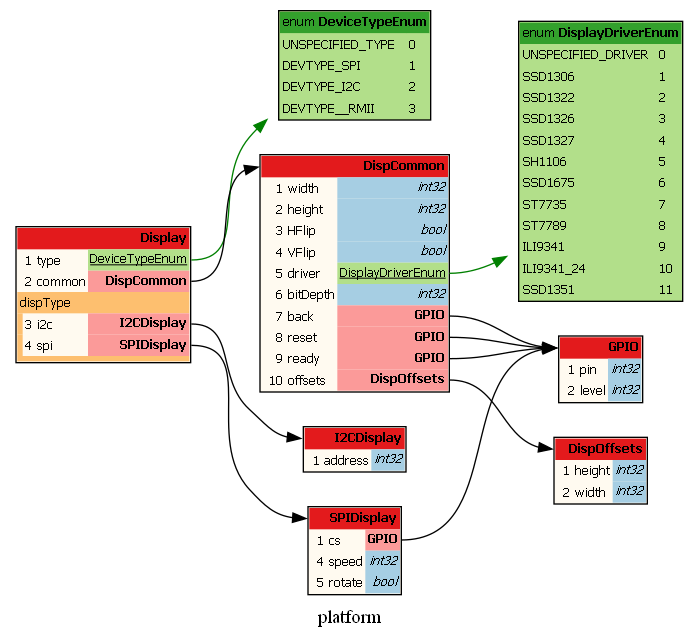
This is protobuf/generated/Display.dot.png from sle118/squeezelite-esp32, a Graphviz export, as it was before one commit. Its source is kept beside it as protobuf/generated/Display.dot.
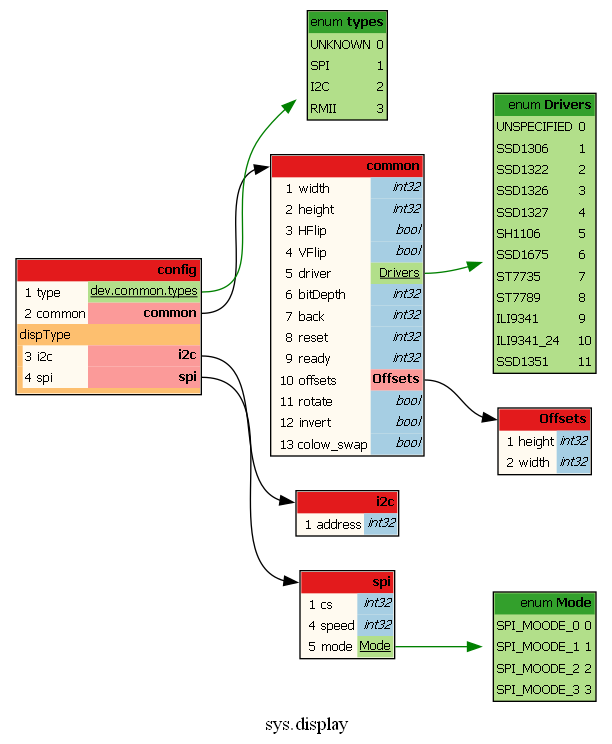
Above is the later version.

What changed in the source:
```diff
@@ -4,13 +4,13 @@
 */
 digraph protodot {
 
-	/* package:   platform */
+	/* package:   sys.display */
 	/* source:    C:/Users/sle11/Documents/VSCode/squeezelite-esp32/protobuf/proto/Display.proto */
 	/* selection: * */
 
 	rankdir=LR;
-	label="platform";
-	tooltip="platform";
+	label="sys.display";
+	tooltip="sys.display";
 	bgcolor="transparent"
 
 	node [
@@ -21,26 +21,23 @@
 
 
 	/* ------ nodes ------ */
-	Node_Ja_104	[shape=plaintext tooltip="platform.GPIO" label=<<TABLE BORDER="1" CELLBORDER="0" CELLSPACING="0" BGCOLOR="#fffaf0"><TR><TD COLSPAN="4" PORT="header" BGCOLOR="#e31a1c" ALIGN="right"><b>GPIO</b></TD></TR><TR><TD ALIGN="right"></TD><TD ALIGN="right">1</TD><TD ALIGN="left">pin</TD><TD BGCOLOR="#a6cee3" PORT="popin" ALIGN="right" TITLE="int32"><i>int32</i></TD></TR><TR><TD ALIGN="right"></TD><TD ALIGN="right">2</TD><TD ALIGN="left">level</TD><TD BGCOLOR="#a6cee3" PORT="polevel" ALIGN="right" TITLE="int32"><i>int32</i></TD></TR></TABLE>>];
-	Node_Ja_111	[shape=plaintext tooltip="DisplayDriverEnum" label=<<TABLE BORDER="1" CELLBORDER="0" CELLSPACING="0" BGCOLOR="#b2df8a"><TR><TD COLSPAN="2" PORT="header" BGCOLOR="#33a02c" ALIGN="right">enum <b>DisplayDriverEnum</b></TD></TR><TR><TD BGCOLOR="#b2df8a" ALIGN="left">UNSPECIFIED_DRIVER</TD><TD BGCOLOR="#b2df8a" ALIGN="left">0</TD></TR><TR><TD BGCOLOR="#b2df8a" ALIGN="left">SSD1306</TD><TD BGCOLOR="#b2df8a" ALIGN="left">1</TD></TR><TR><TD BGCOLOR="#b2df8a" ALIGN="left">SSD1322</TD><TD BGCOLOR="#b2df8a" ALIGN="left">2</TD></TR><TR><TD BGCOLOR="#b2df8a" ALIGN="left">SSD1326</TD><TD BGCOLOR="#b2df8a" ALIGN="left">3</TD></TR><TR><TD BGCOLOR="#b2df8a" ALIGN="left">SSD1327</TD><TD BGCOLOR="#b2df8a" ALIGN="left">4</TD></TR><TR><TD BGCOLOR="#b2df8a" ALIGN="left">SH1106</TD><TD BGCOLOR="#b2df8a" ALIGN="left">5</TD></TR><TR><TD BGCOLOR="#b2df8a" ALIGN="left">SSD1675</TD><TD BGCOLOR="#b2df8a" ALIGN="left">6</TD></TR><TR><TD BGCOLOR="#b2df8a" ALIGN="left">ST7735</TD><TD BGCOLOR="#b2df8a" ALIGN="left">7</TD></TR><TR><TD BGCOLOR="#b2df8a" ALIGN="left">ST7789</TD><TD BGCOLOR="#b2df8a" ALIGN="left">8</TD></TR><TR><TD BGCOLOR="#b2df8a" ALIGN="left">ILI9341</TD><TD BGCOLOR="#b2df8a" ALIGN="left">9</TD></TR><TR><TD BGCOLOR="#b2df8a" ALIGN="left">ILI9341_24</TD><TD BGCOLOR="#b2df8a" ALIGN="left">10</TD></TR><TR><TD BGCOLOR="#b2df8a" ALIGN="left">SSD1351</TD><TD BGCOLOR="#b2df8a" ALIGN="left">11</TD></TR></TABLE>>];
-	Node_Ja_100	[shape=plaintext tooltip="DeviceTypeEnum" label=<<TABLE BORDER="1" CELLBORDER="0" CELLSPACING="0" BGCOLOR="#b2df8a"><TR><TD COLSPAN="2" PORT="header" BGCOLOR="#33a02c" ALIGN="right">enum <b>DeviceTypeEnum</b></TD></TR><TR><TD BGCOLOR="#b2df8a" ALIGN="left">UNSPECIFIED_TYPE</TD><TD BGCOLOR="#b2df8a" ALIGN="left">0</TD></TR><TR><TD BGCOLOR="#b2df8a" ALIGN="left">DEVTYPE_SPI</TD><TD BGCOLOR="#b2df8a" ALIGN="left">1</TD></TR><TR><TD BGCOLOR="#b2df8a" ALIGN="left">DEVTYPE_I2C</TD><TD BGCOLOR="#b2df8a" ALIGN="left">2</TD></TR><TR><TD BGCOLOR="#b2df8a" ALIGN="left">DEVTYPE__RMII</TD><TD BGCOLOR="#b2df8a" ALIGN="left">3</TD></TR></TABLE>>];
-	Node_Ja_110	[shape=plaintext tooltip="platform.DispOffsets" label=<<TABLE BORDER="1" CELLBORDER="0" CELLSPACING="0" BGCOLOR="#fffaf0"><TR><TD COLSPAN="4" PORT="header" BGCOLOR="#e31a1c" ALIGN="right"><b>DispOffsets</b></TD></TR><TR><TD ALIGN="right"></TD><TD ALIGN="right">1</TD><TD ALIGN="left">height</TD><TD BGCOLOR="#a6cee3" PORT="poheight" ALIGN="right" TITLE="int32"><i>int32</i></TD></TR><TR><TD ALIGN="right"></TD><TD ALIGN="right">2</TD><TD ALIGN="left">width</TD><TD BGCOLOR="#a6cee3" PORT="powidth" ALIGN="right" TITLE="int32"><i>int32</i></TD></TR></TABLE>>];
-	Node_Ja_112	[shape=plaintext tooltip="platform.I2CDisplay" label=<<TABLE BORDER="1" CELLBORDER="0" CELLSPACING="0" BGCOLOR="#fffaf0"><TR><TD COLSPAN="4" PORT="header" BGCOLOR="#e31a1c" ALIGN="right"><b>I2CDisplay</b></TD></TR><TR><TD ALIGN="right"></TD><TD ALIGN="right">1</TD><TD ALIGN="left">address</TD><TD BGCOLOR="#a6cee3" PORT="poaddress" ALIGN="right" TITLE="int32"><i>int32</i></TD></TR></TABLE>>];
-	Node_Ja_113	[shape=plaintext tooltip="platform.SPIDisplay" label=<<TABLE BORDER="1" CELLBORDER="0" CELLSPACING="0" BGCOLOR="#fffaf0"><TR><TD COLSPAN="4" PORT="header" BGCOLOR="#e31a1c" ALIGN="right"><b>SPIDisplay</b></TD></TR><TR><TD ALIGN="right"></TD><TD ALIGN="right">1</TD><TD ALIGN="left">cs</TD><TD BGCOLOR="#fb9a99" PORT="pocs" ALIGN="right"><b>GPIO</b></TD></TR><TR><TD ALIGN="right"></TD><TD ALIGN="right">4</TD><TD ALIGN="left">speed</TD><TD BGCOLOR="#a6cee3" PORT="pospeed" ALIGN="right" TITLE="int32"><i>int32</i></TD></TR><TR><TD ALIGN="right"></TD><TD ALIGN="right">5</TD><TD ALIGN="left">rotate</TD><TD BGCOLOR="#a6cee3" PORT="porotate" ALIGN="right" TITLE="bool"><i>bool</i></TD></TR></TABLE>>];
-	Node_Ja_114	[shape=plaintext tooltip="platform.DispCommon" label=<<TABLE BORDER="1" CELLBORDER="0" CELLSPACING="0" BGCOLOR="#fffaf0"><TR><TD COLSPAN="4" PORT="header" BGCOLOR="#e31a1c" ALIGN="right"><b>DispCommon</b></TD></TR><TR><TD ALIGN="right"></TD><TD ALIGN="right">1</TD><TD ALIGN="left">width</TD><TD BGCOLOR="#a6cee3" PORT="powidth" ALIGN="right" TITLE="int32"><i>int32</i></TD></TR><TR><TD ALIGN="right"></TD><TD ALIGN="right">2</TD><TD ALIGN="left">height</TD><TD BGCOLOR="#a6cee3" PORT="poheight" ALIGN="right" TITLE="int32"><i>int32</i></TD></TR><TR><TD ALIGN="right"></TD><TD ALIGN="right">3</TD><TD ALIGN="left">HFlip</TD><TD BGCOLOR="#a6cee3" PORT="poHFlip" ALIGN="right" TITLE="bool"><i>bool</i></TD></TR><TR><TD ALIGN="right"></TD><TD ALIGN="right">4</TD><TD ALIGN="left">VFlip</TD><TD BGCOLOR="#a6cee3" PORT="poVFlip" ALIGN="right" TITLE="bool"><i>bool</i></TD></TR><TR><TD ALIGN="right"></TD><TD ALIGN="right">5</TD><TD ALIGN="left">driver</TD><TD BGCOLOR="#b2df8a" PORT="podriver" ALIGN="right"><u>DisplayDriverEnum</u></TD></TR><TR><TD ALIGN="right"></TD><TD ALIGN="right">6</TD><TD ALIGN="left">bitDepth</TD><TD BGCOLOR="#a6cee3" PORT="pobitDepth" ALIGN="right" TITLE="int32"><i>int32</i></TD></TR><TR><TD ALIGN="right"></TD><TD ALIGN="right">7</TD><TD ALIGN="left">back</TD><TD BGCOLOR="#fb9a99" PORT="poback" ALIGN="right"><b>GPIO</b></TD></TR><TR><TD ALIGN="right"></TD><TD ALIGN="right">8</TD><TD ALIGN="left">reset</TD><TD BGCOLOR="#fb9a99" PORT="poreset" ALIGN="right"><b>GPIO</b></TD></TR><TR><TD ALIGN="right"></TD><TD ALIGN="right">9</TD><TD ALIGN="left">ready</TD><TD BGCOLOR="#fb9a99" PORT="poready" ALIGN="right"><b>GPIO</b></TD></TR><TR><TD ALIGN="right"></TD><TD ALIGN="right">10</TD><TD ALIGN="left">offsets</TD><TD BGCOLOR="#fb9a99" PORT="pooffsets" ALIGN="right"><b>DispOffsets</b></TD></TR></TABLE>>];
-	Node_Ja_115	[shape=plaintext tooltip="platform.Display" label=<<TABLE BORDER="1" CELLBORDER="0" CELLSPACING="0" BGCOLOR="#fffaf0"><TR><TD COLSPAN="4" PORT="header" BGCOLOR="#e31a1c" ALIGN="right"><b>Display</b></TD></TR><TR><TD ALIGN="right"></TD><TD ALIGN="right">1</TD><TD ALIGN="left">type</TD><TD BGCOLOR="#b2df8a" PORT="potype" ALIGN="right"><u>DeviceTypeEnum</u></TD></TR><TR><TD ALIGN="right"></TD><TD ALIGN="right">2</TD><TD ALIGN="left">common</TD><TD BGCOLOR="#fb9a99" PORT="pocommon" ALIGN="right"><b>DispCommon</b></TD></TR><TR><TD COLSPAN="4" BGCOLOR="#fdbf6f" ALIGN="left">dispType</TD></TR><TR><TD BGCOLOR="#fdbf6f"></TD><TD ALIGN="right">3</TD><TD ALIGN="left">i2c</TD><TD ALIGN="right" BGCOLOR="#fb9a99" PORT="poi2c"><b>I2CDisplay</b></TD></TR><TR><TD BGCOLOR="#fdbf6f"></TD><TD ALIGN="right">4</TD><TD ALIGN="left">spi</TD><TD ALIGN="right" BGCOLOR="#fb9a99" PORT="pospi"><b>SPIDisplay</b></TD></TR><TR><TD COLSPAN="4" BGCOLOR="#fdbf6f"></TD></TR></TABLE>>];
+	Node_Ja_106	[shape=plaintext tooltip="sys.display.i2c" label=<<TABLE BORDER="1" CELLBORDER="0" CELLSPACING="0" BGCOLOR="#fffaf0"><TR><TD COLSPAN="4" PORT="header" BGCOLOR="#e31a1c" ALIGN="right"><b>i2c</b></TD></TR><TR><TD ALIGN="right"></TD><TD ALIGN="right">1</TD><TD ALIGN="left">address</TD><TD BGCOLOR="#a6cee3" PORT="poaddress" ALIGN="right" TITLE="int32"><i>int32</i></TD></TR></TABLE>>];
+	Node_Ja_107	[shape=plaintext tooltip="sys.display.spi" label=<<TABLE BORDER="1" CELLBORDER="0" CELLSPACING="0" BGCOLOR="#fffaf0"><TR><TD COLSPAN="4" PORT="header" BGCOLOR="#e31a1c" ALIGN="right"><b>spi</b></TD></TR><TR><TD ALIGN="right"></TD><TD ALIGN="right">1</TD><TD ALIGN="left">cs</TD><TD BGCOLOR="#a6cee3" PORT="pocs" ALIGN="right" TITLE="int32"><i>int32</i></TD></TR><TR><TD ALIGN="right"></TD><TD ALIGN="right">4</TD><TD ALIGN="left">speed</TD><TD BGCOLOR="#a6cee3" PORT="pospeed" ALIGN="right" TITLE="int32"><i>int32</i></TD></TR><TR><TD ALIGN="right"></TD><TD ALIGN="right">5</TD><TD ALIGN="left">mode</TD><TD BGCOLOR="#b2df8a" PORT="pomode" ALIGN="right"><u>Mode</u></TD></TR></TABLE>>];
+	Node_Ja_109	[shape=plaintext tooltip="sys.display.common" label=<<TABLE BORDER="1" CELLBORDER="0" CELLSPACING="0" BGCOLOR="#fffaf0"><TR><TD COLSPAN="4" PORT="header" BGCOLOR="#e31a1c" ALIGN="right"><b>common</b></TD></TR><TR><TD ALIGN="right"></TD><TD ALIGN="right">1</TD><TD ALIGN="left">width</TD><TD BGCOLOR="#a6cee3" PORT="powidth" ALIGN="right" TITLE="int32"><i>int32</i></TD></TR><TR><TD ALIGN="right"></TD><TD ALIGN="right">2</TD><TD ALIGN="left">height</TD><TD BGCOLOR="#a6cee3" PORT="poheight" ALIGN="right" TITLE="int32"><i>int32</i></TD></TR><TR><TD ALIGN="right"></TD><TD ALIGN="right">3</TD><TD ALIGN="left">HFlip</TD><TD BGCOLOR="#a6cee3" PORT="poHFlip" ALIGN="right" TITLE="bool"><i>bool</i></TD></TR><TR><TD ALIGN="right"></TD><TD ALIGN="right">4</TD><TD ALIGN="left">VFlip</TD><TD BGCOLOR="#a6cee3" PORT="poVFlip" ALIGN="right" TITLE="bool"><i>bool</i></TD></TR><TR><TD ALIGN="right"></TD><TD ALIGN="right">5</TD><TD ALIGN="left">driver</TD><TD BGCOLOR="#b2df8a" PORT="podriver" ALIGN="right"><u>Drivers</u></TD></TR><TR><TD ALIGN="right"></TD><TD ALIGN="right">6</TD><TD ALIGN="left">bitDepth</TD><TD BGCOLOR="#a6cee3" PORT="pobitDepth" ALIGN="right" TITLE="int32"><i>int32</i></TD></TR><TR><TD ALIGN="right"></TD><TD ALIGN="right">7</TD><TD ALIGN="left">back</TD><TD BGCOLOR="#a6cee3" PORT="poback" ALIGN="right" TITLE="int32"><i>int32</i></TD></TR><TR><TD ALIGN="right"></TD><TD ALIGN="right">8</TD><TD ALIGN="left">reset</TD><TD BGCOLOR="#a6cee3" PORT="poreset" ALIGN="right" TITLE="int32"><i>int32</i></TD></TR><TR><TD ALIGN="right"></TD><TD ALIGN="right">9</TD><TD ALIGN="left">ready</TD><TD BGCOLOR="#a6cee3" PORT="poready" ALIGN="right" TITLE="int32"><i>int32</i></TD></TR><TR><TD ALIGN="right"></TD><TD ALIGN="right">10</TD><TD ALIGN="left">offsets</TD><TD BGCOLOR="#fb9a99" PORT="pooffsets" ALIGN="right"><b>Offsets</b></TD></TR><TR><TD ALIGN="right"></TD><TD ALIGN="right">11</TD><TD ALIGN="left">rotate</TD><TD BGCOLOR="#a6cee3" PORT="porotate" ALIGN="right" TITLE="bool"><i>bool</i></TD></TR><TR><TD ALIGN="right"></TD><TD ALIGN="right">12</TD><TD ALIGN="left">invert</TD><TD BGCOLOR="#a6cee3" PORT="poinvert" ALIGN="right" TITLE="bool"><i>bool</i></TD></TR><TR><TD ALIGN="right"></TD><TD ALIGN="right">13</TD><TD ALIGN="left">colow_swap</TD><TD BGCOLOR="#a6cee3" PORT="pocolow_swap" ALIGN="right" TITLE="bool"><i>bool</i></TD></TR></TABLE>>];
+	Node_Ja_110	[shape=plaintext tooltip="sys.display.config" label=<<TABLE BORDER="1" CELLBORDER="0" CELLSPACING="0" BGCOLOR="#fffaf0"><TR><TD COLSPAN="4" PORT="header" BGCOLOR="#e31a1c" ALIGN="right"><b>config</b></TD></TR><TR><TD ALIGN="right"></TD><TD ALIGN="right">1</TD><TD ALIGN="left">type</TD><TD BGCOLOR="#b2df8a" PORT="potype" ALIGN="right"><u>dev.common.types</u></TD></TR><TR><TD ALIGN="right"></TD><TD ALIGN="right">2</TD><TD ALIGN="left">common</TD><TD BGCOLOR="#fb9a99" PORT="pocommon" ALIGN="right"><b>common</b></TD></TR><TR><TD COLSPAN="4" BGCOLOR="#fdbf6f" ALIGN="left">dispType</TD></TR><TR><TD BGCOLOR="#fdbf6f"></TD><TD ALIGN="right">3</TD><TD ALIGN="left">i2c</TD><TD ALIGN="right" BGCOLOR="#fb9a99" PORT="poi2c"><b>i2c</b></TD></TR><TR><TD BGCOLOR="#fdbf6f"></TD><TD ALIGN="right">4</TD><TD ALIGN="left">spi</TD><TD ALIGN="right" BGCOLOR="#fb9a99" PORT="pospi"><b>spi</b></TD></TR><TR><TD COLSPAN="4" BGCOLOR="#fdbf6f"></TD></TR></TABLE>>];
+	Node_Ja_108	[shape=plaintext tooltip="Mode" label=<<TABLE BORDER="1" CELLBORDER="0" CELLSPACING="0" BGCOLOR="#b2df8a"><TR><TD COLSPAN="2" PORT="header" BGCOLOR="#33a02c" ALIGN="right">enum <b>Mode</b></TD></TR><TR><TD BGCOLOR="#b2df8a" ALIGN="left">SPI_MOODE_0</TD><TD BGCOLOR="#b2df8a" ALIGN="left">0</TD></TR><TR><TD BGCOLOR="#b2df8a" ALIGN="left">SPI_MOODE_1</TD><TD BGCOLOR="#b2df8a" ALIGN="left">1</TD></TR><TR><TD BGCOLOR="#b2df8a" ALIGN="left">SPI_MOODE_2</TD><TD BGCOLOR="#b2df8a" ALIGN="left">2</TD></TR><TR><TD BGCOLOR="#b2df8a" ALIGN="left">SPI_MOODE_3</TD><TD BGCOLOR="#b2df8a" ALIGN="left">3</TD></TR></TABLE>>];
+	Node_Ja_105	[shape=plaintext tooltip="Drivers" label=<<TABLE BORDER="1" CELLBORDER="0" CELLSPACING="0" BGCOLOR="#b2df8a"><TR><TD COLSPAN="2" PORT="header" BGCOLOR="#33a02c" ALIGN="right">enum <b>Drivers</b></TD></TR><TR><TD BGCOLOR="#b2df8a" ALIGN="left">UNSPECIFIED</TD><TD BGCOLOR="#b2df8a" ALIGN="left">0</TD></TR><TR><TD BGCOLOR="#b2df8a" ALIGN="left">SSD1306</TD><TD BGCOLOR="#b2df8a" ALIGN="left">1</TD></TR><TR><TD BGCOLOR="#b2df8a" ALIGN="left">SSD1322</TD><TD BGCOLOR="#b2df8a" ALIGN="left">2</TD></TR><TR><TD BGCOLOR="#b2df8a" ALIGN="left">SSD1326</TD><TD BGCOLOR="#b2df8a" ALIGN="left">3</TD></TR><TR><TD BGCOLOR="#b2df8a" ALIGN="left">SSD1327</TD><TD BGCOLOR="#b2df8a" ALIGN="left">4</TD></TR><TR><TD BGCOLOR="#b2df8a" ALIGN="left">SH1106</TD><TD BGCOLOR="#b2df8a" ALIGN="left">5</TD></TR><TR><TD BGCOLOR="#b2df8a" ALIGN="left">SSD1675</TD><TD BGCOLOR="#b2df8a" ALIGN="left">6</TD></TR><TR><TD BGCOLOR="#b2df8a" ALIGN="left">ST7735</TD><TD BGCOLOR="#b2df8a" ALIGN="left">7</TD></TR><TR><TD BGCOLOR="#b2df8a" ALIGN="left">ST7789</TD><TD BGCOLOR="#b2df8a" ALIGN="left">8</TD></TR><TR><TD BGCOLOR="#b2df8a" ALIGN="left">ILI9341</TD><TD BGCOLOR="#b2df8a" ALIGN="left">9</TD></TR><TR><TD BGCOLOR="#b2df8a" ALIGN="left">ILI9341_24</TD><TD BGCOLOR="#b2df8a" ALIGN="left">10</TD></TR><TR><TD BGCOLOR="#b2df8a" ALIGN="left">SSD1351</TD><TD BGCOLOR="#b2df8a" ALIGN="left">11</TD></TR></TABLE>>];
+	Node_Ja_100	[shape=plaintext tooltip="types" label=<<TABLE BORDER="1" CELLBORDER="0" CELLSPACING="0" BGCOLOR="#b2df8a"><TR><TD COLSPAN="2" PORT="header" BGCOLOR="#33a02c" ALIGN="right">enum <b>types</b></TD></TR><TR><TD BGCOLOR="#b2df8a" ALIGN="left">UNKNOWN</TD><TD BGCOLOR="#b2df8a" ALIGN="left">0</TD></TR><TR><TD BGCOLOR="#b2df8a" ALIGN="left">SPI</TD><TD BGCOLOR="#b2df8a" ALIGN="left">1</TD></TR><TR><TD BGCOLOR="#b2df8a" ALIGN="left">I2C</TD><TD BGCOLOR="#b2df8a" ALIGN="left">2</TD></TR><TR><TD BGCOLOR="#b2df8a" ALIGN="left">RMII</TD><TD BGCOLOR="#b2df8a" ALIGN="left">3</TD></TR></TABLE>>];
+	Node_Ja_104	[shape=plaintext tooltip="sys.display.Offsets" label=<<TABLE BORDER="1" CELLBORDER="0" CELLSPACING="0" BGCOLOR="#fffaf0"><TR><TD COLSPAN="4" PORT="header" BGCOLOR="#e31a1c" ALIGN="right"><b>Offsets</b></TD></TR><TR><TD ALIGN="right"></TD><TD ALIGN="right">1</TD><TD ALIGN="left">height</TD><TD BGCOLOR="#a6cee3" PORT="poheight" ALIGN="right" TITLE="int32"><i>int32</i></TD></TR><TR><TD ALIGN="right"></TD><TD ALIGN="right">2</TD><TD ALIGN="left">width</TD><TD BGCOLOR="#a6cee3" PORT="powidth" ALIGN="right" TITLE="int32"><i>int32</i></TD></TR></TABLE>>];
 
 	/* ------ connections ------ */
-	Node_Ja_114:poback:e	-> Node_Ja_104:header [color="#000000" tooltip="Ja_114 --> Ja_104"];
-	Node_Ja_114:pooffsets:e	-> Node_Ja_110:header [color="#000000" tooltip="Ja_114 --> Ja_110"];
-	Node_Ja_115:poi2c:e	-> Node_Ja_112:header [color="#000000" tooltip="Ja_115 --> Ja_112"];
-	Node_Ja_115:pocommon:e	-> Node_Ja_114:header [color="#000000" tooltip="Ja_115 --> Ja_114"];
-	Node_Ja_115:potype:e	-> Node_Ja_100 [color="#008000" tooltip="Ja_115 --> Ja_100"];
-	Node_Ja_114:podriver:e	-> Node_Ja_111 [color="#008000" tooltip="Ja_114 --> Ja_111"];
-	Node_Ja_114:poreset:e	-> Node_Ja_104:header [color="#000000" tooltip="Ja_114 --> Ja_104"];
-	Node_Ja_115:pospi:e	-> Node_Ja_113:header [color="#000000" tooltip="Ja_115 --> Ja_113"];
-	Node_Ja_113:pocs:e	-> Node_Ja_104:header [color="#000000" tooltip="Ja_113 --> Ja_104"];
-	Node_Ja_114:poready:e	-> Node_Ja_104:header [color="#000000" tooltip="Ja_114 --> Ja_104"];
+	Node_Ja_107:pomode:e	-> Node_Ja_108 [color="#008000" tooltip="Ja_107 --> Ja_108"];
+	Node_Ja_109:podriver:e	-> Node_Ja_105 [color="#008000" tooltip="Ja_109 --> Ja_105"];
+	Node_Ja_109:pooffsets:e	-> Node_Ja_104:header [color="#000000" tooltip="Ja_109 --> Ja_104"];
+	Node_Ja_110:pocommon:e	-> Node_Ja_109:header [color="#000000" tooltip="Ja_110 --> Ja_109"];
+	Node_Ja_110:poi2c:e	-> Node_Ja_106:header [color="#000000" tooltip="Ja_110 --> Ja_106"];
+	Node_Ja_110:pospi:e	-> Node_Ja_107:header [color="#000000" tooltip="Ja_110 --> Ja_107"];
+	Node_Ja_110:potype:e	-> Node_Ja_100 [color="#008000" tooltip="Ja_110 --> Ja_100"];
 
-	/* generated by github.com/seamia/protodot on Friday, 24-Nov-23 14:36:16 EST */
+	/* generated by github.com/seamia/protodot on Sunday, 21-Jan-24 22:15:10 EST */
 }
```
